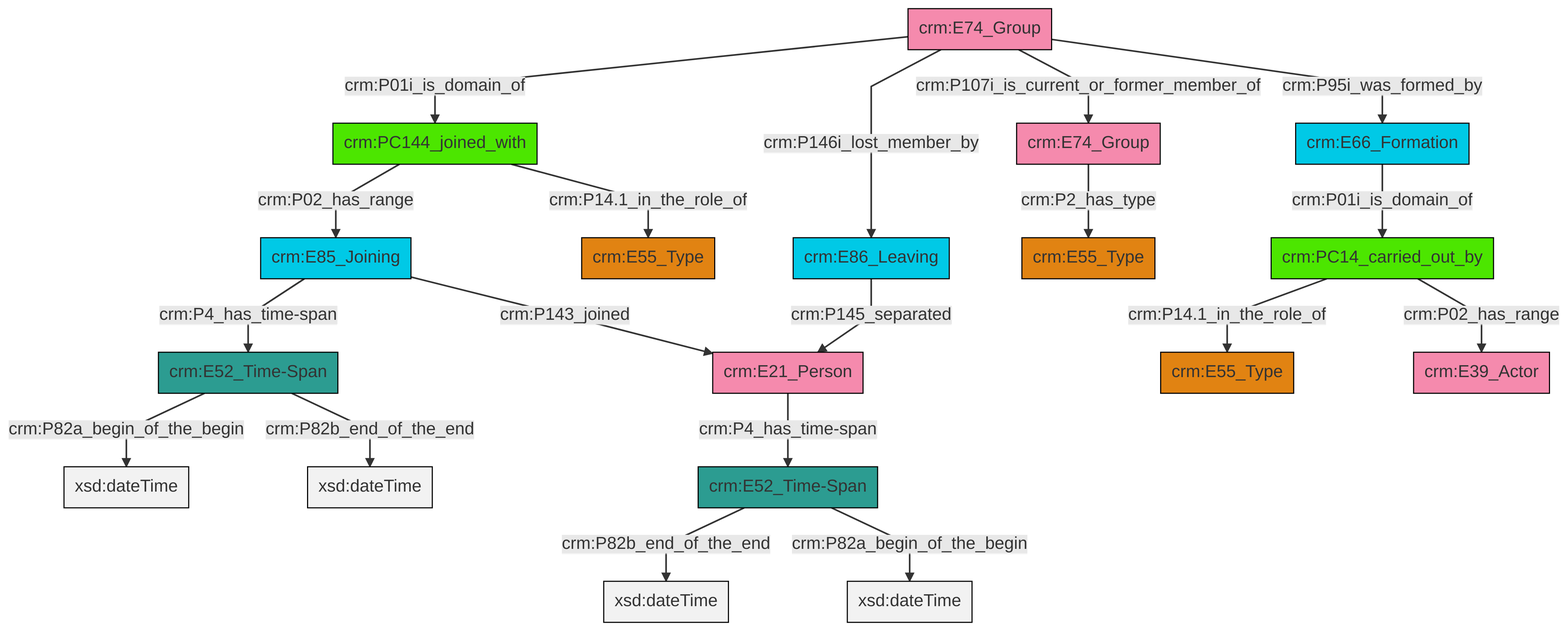
Above: et/groupCSV/ttl/mmd/png/group_actor_relations.png in swiss-art-research-net/reference-data-models (Mermaid), before the change. Its source is kept beside it as et/groupCSV/ttl/mmd/group_actor_relations.ttl.mmd.
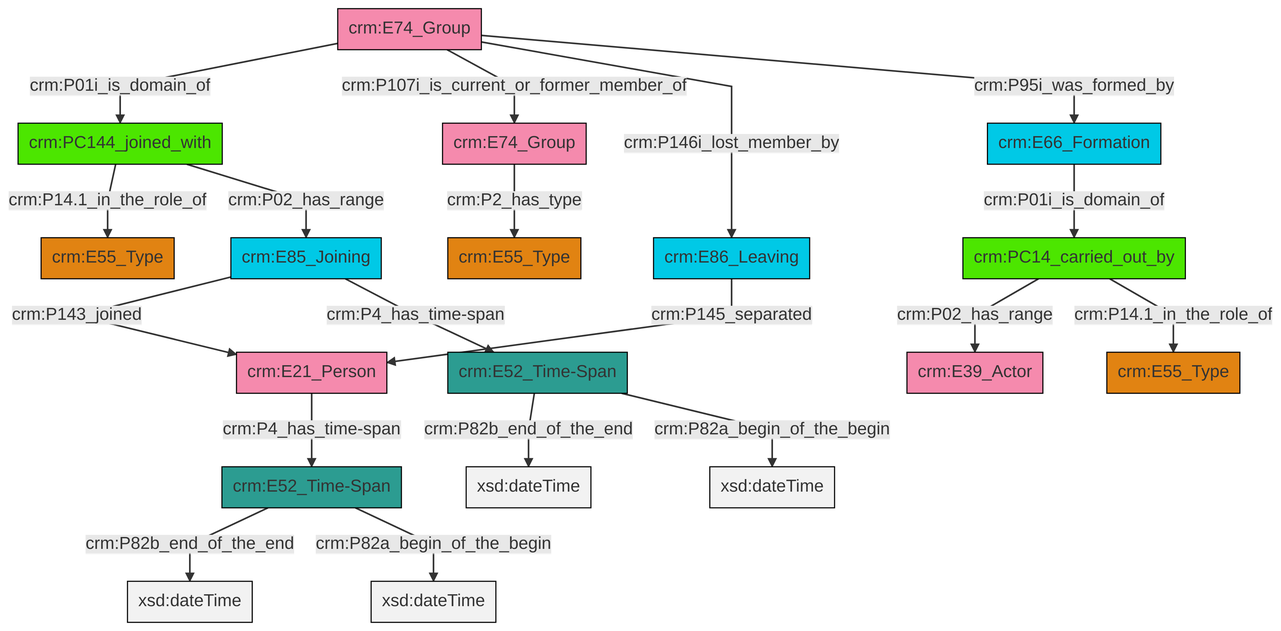
After the commit.

What changed in the source:
```diff
@@ -13,21 +13,21 @@
 classDef PC_Classes fill:#4ce600, stroke:#000000;
 classDef Multi fill:#cccccc,stroke:#000000;
 
-0["crm:E85_Joining"]:::Temporal_Entity -->|crm:P4_has_time-span| 1["crm:E52_Time-Span"]:::Time-Span
-2["crm:PC144_joined_with"]:::PC_Classes -->|crm:P02_has_range| 0["crm:E85_Joining"]:::Temporal_Entity
-4["crm:E66_Formation"]:::Temporal_Entity -->|crm:P01i_is_domain_of| 5["crm:PC14_carried_out_by"]:::PC_Classes
-2["crm:PC144_joined_with"]:::PC_Classes -->|crm:P14.1_in_the_role_of| 13["crm:E55_Type"]:::Type
-21["crm:E74_Group"]:::Actor -->|crm:P01i_is_domain_of| 2["crm:PC144_joined_with"]:::PC_Classes
-19["crm:E52_Time-Span"]:::Time-Span -->|crm:P82b_end_of_the_end| 22[xsd:dateTime]:::Literal
-1["crm:E52_Time-Span"]:::Time-Span -->|crm:P82a_begin_of_the_begin| 23[xsd:dateTime]:::Literal
-19["crm:E52_Time-Span"]:::Time-Span -->|crm:P82a_begin_of_the_begin| 25[xsd:dateTime]:::Literal
-26["crm:E74_Group"]:::Actor -->|crm:P2_has_type| 8["crm:E55_Type"]:::Type
-21["crm:E74_Group"]:::Actor -->|crm:P146i_lost_member_by| 10["crm:E86_Leaving"]:::Temporal_Entity
-5["crm:PC14_carried_out_by"]:::PC_Classes -->|crm:P14.1_in_the_role_of| 6["crm:E55_Type"]:::Type
-14["crm:E21_Person"]:::Actor -->|crm:P4_has_time-span| 19["crm:E52_Time-Span"]:::Time-Span
-10["crm:E86_Leaving"]:::Temporal_Entity -->|crm:P145_separated| 14["crm:E21_Person"]:::Actor
-1["crm:E52_Time-Span"]:::Time-Span -->|crm:P82b_end_of_the_end| 29[xsd:dateTime]:::Literal
-0["crm:E85_Joining"]:::Temporal_Entity -->|crm:P143_joined| 14["crm:E21_Person"]:::Actor
-5["crm:PC14_carried_out_by"]:::PC_Classes -->|crm:P02_has_range| 17["crm:E39_Actor"]:::Actor
-21["crm:E74_Group"]:::Actor -->|crm:P107i_is_current_or_former_member_of| 26["crm:E74_Group"]:::Actor
-21["crm:E74_Group"]:::Actor -->|crm:P95i_was_formed_by| 4["crm:E66_Formation"]:::Temporal_Entity
+0["crm:E66_Formation"]:::Temporal_Entity -->|crm:P01i_is_domain_of| 1["crm:PC14_carried_out_by"]:::PC_Classes
+6["crm:E74_Group"]:::Actor -->|crm:P01i_is_domain_of| 4["crm:PC144_joined_with"]:::PC_Classes
+6["crm:E74_Group"]:::Actor -->|crm:P107i_is_current_or_former_member_of| 7["crm:E74_Group"]:::Actor
+2["crm:E21_Person"]:::Actor -->|crm:P4_has_time-span| 8["crm:E52_Time-Span"]:::Time-Span
+8["crm:E52_Time-Span"]:::Time-Span -->|crm:P82b_end_of_the_end| 12[xsd:dateTime]:::Literal
+1["crm:PC14_carried_out_by"]:::PC_Classes -->|crm:P02_has_range| 17["crm:E39_Actor"]:::Actor
+4["crm:PC144_joined_with"]:::PC_Classes -->|crm:P14.1_in_the_role_of| 18["crm:E55_Type"]:::Type
+6["crm:E74_Group"]:::Actor -->|crm:P146i_lost_member_by| 15["crm:E86_Leaving"]:::Temporal_Entity
+21["crm:E85_Joining"]:::Temporal_Entity -->|crm:P143_joined| 2["crm:E21_Person"]:::Actor
+13["crm:E52_Time-Span"]:::Time-Span -->|crm:P82b_end_of_the_end| 23[xsd:dateTime]:::Literal
+7["crm:E74_Group"]:::Actor -->|crm:P2_has_type| 24["crm:E55_Type"]:::Type
+1["crm:PC14_carried_out_by"]:::PC_Classes -->|crm:P14.1_in_the_role_of| 9["crm:E55_Type"]:::Type
+4["crm:PC144_joined_with"]:::PC_Classes -->|crm:P02_has_range| 21["crm:E85_Joining"]:::Temporal_Entity
+13["crm:E52_Time-Span"]:::Time-Span -->|crm:P82a_begin_of_the_begin| 28[xsd:dateTime]:::Literal
+21["crm:E85_Joining"]:::Temporal_Entity -->|crm:P4_has_time-span| 13["crm:E52_Time-Span"]:::Time-Span
+8["crm:E52_Time-Span"]:::Time-Span -->|crm:P82a_begin_of_the_begin| 31[xsd:dateTime]:::Literal
+15["crm:E86_Leaving"]:::Temporal_Entity -->|crm:P145_separated| 2["crm:E21_Person"]:::Actor
+6["crm:E74_Group"]:::Actor -->|crm:P95i_was_formed_by| 0["crm:E66_Formation"]:::Temporal_Entity
```
